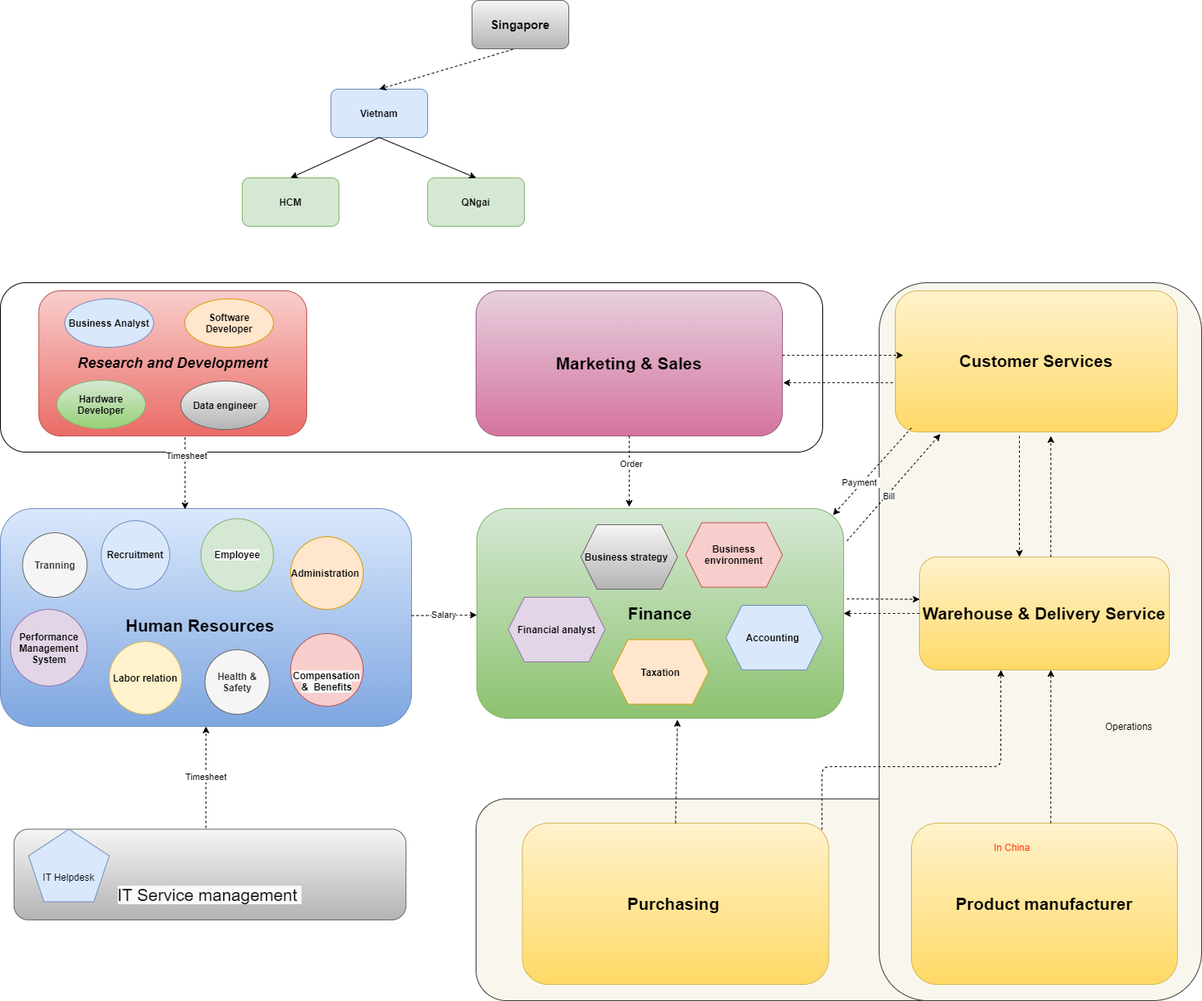
The draw.io diagram 03_staff/01_image/Department_Organizational_chart-Org_Chart.png in letrthong/business, before a commit. Source tidied: cells renumbered, new cells last; positions are measured from the earlier drawing's top-left corner, leaving out a move shared by most shapes.
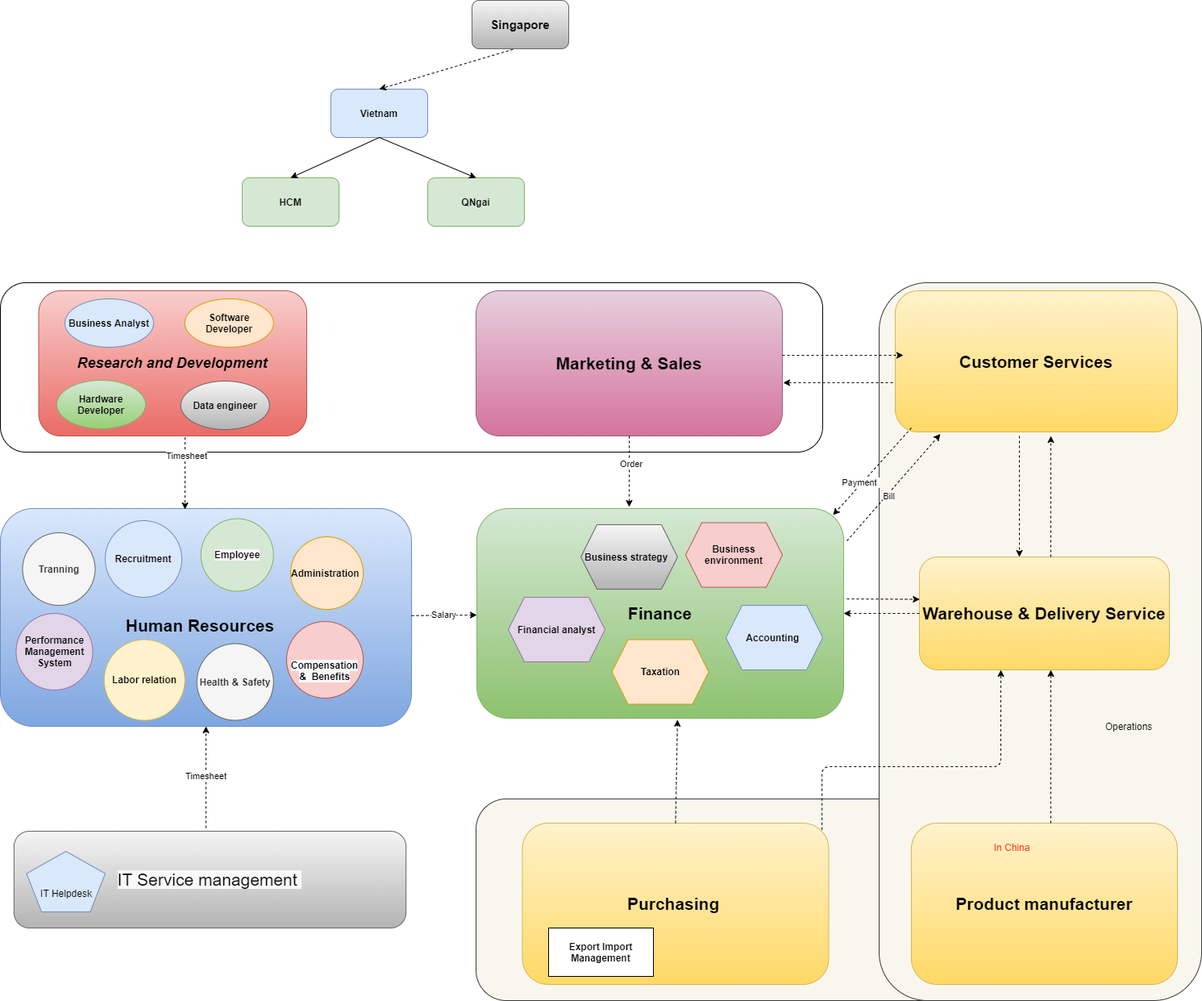
After the commit.

What changed in the source:
```diff
@@ -23,8 +23,8 @@
     <mxCell id="8" value="&lt;span&gt;&lt;font style=&quot;font-size: 21px&quot;&gt;&lt;b&gt;Customer Services&lt;/b&gt;&lt;/font&gt;&lt;/span&gt;" style="rounded=1;whiteSpace=wrap;html=1;gradientColor=#ffd966;fillColor=#fff2cc;strokeColor=#d6b656;arcSize=16;" parent="1" vertex="1">
       <mxGeometry x="1110" y="360" width="350" height="175" as="geometry" />
     </mxCell>
-    <mxCell id="9" value="&lt;font style=&quot;font-size: 21px&quot;&gt;&lt;br&gt;&lt;br&gt;&lt;span style=&quot;color: rgb(0 , 0 , 0) ; font-family: &amp;#34;helvetica&amp;#34; ; font-style: normal ; font-weight: 400 ; letter-spacing: normal ; text-align: center ; text-indent: 0px ; text-transform: none ; word-spacing: 0px ; background-color: rgb(248 , 249 , 250) ; display: inline ; float: none&quot;&gt;IT Service management&amp;nbsp;&lt;/span&gt;&lt;br&gt;&lt;/font&gt;" style="rounded=1;whiteSpace=wrap;html=1;gradientColor=#b3b3b3;fillColor=#f5f5f5;strokeColor=#666666;arcSize=16;" parent="1" vertex="1">
-      <mxGeometry x="16.9" y="1027.5" width="486.2" height="112.5" as="geometry" />
+    <mxCell id="9" value="&lt;font style=&quot;font-size: 21px&quot;&gt;&lt;span style=&quot;color: rgb(0 , 0 , 0) ; font-family: &amp;#34;helvetica&amp;#34; ; font-style: normal ; font-weight: 400 ; letter-spacing: normal ; text-align: center ; text-indent: 0px ; text-transform: none ; word-spacing: 0px ; background-color: rgb(248 , 249 , 250) ; display: inline ; float: none&quot;&gt;IT Service management&amp;nbsp;&lt;/span&gt;&lt;br&gt;&lt;/font&gt;" style="rounded=1;whiteSpace=wrap;html=1;gradientColor=#b3b3b3;fillColor=#f5f5f5;strokeColor=#666666;arcSize=16;" parent="1" vertex="1">
+      <mxGeometry x="16.9" y="1030" width="486.2" height="120" as="geometry" />
     </mxCell>
     <mxCell id="10" value="&lt;span&gt;&lt;font style=&quot;font-size: 21px&quot;&gt;&lt;b&gt;Marketing &amp;amp; Sales&lt;/b&gt;&lt;/font&gt;&lt;/span&gt;" style="rounded=1;whiteSpace=wrap;html=1;gradientColor=#d5739d;fillColor=#e6d0de;strokeColor=#996185;arcSize=16;" parent="1" vertex="1">
       <mxGeometry x="590" y="360" width="380" height="180" as="geometry" />
@@ -54,28 +54,28 @@
       <mxGeometry relative="1" as="geometry" />
     </mxCell>
     <mxCell id="19" value="&lt;span&gt;&lt;b&gt;Tranning&lt;/b&gt;&lt;/span&gt;" style="ellipse;whiteSpace=wrap;html=1;fillColor=#f5f5f5;strokeColor=#666666;fontColor=#333333;" parent="1" vertex="1">
-      <mxGeometry x="27.5" y="660" width="80" height="80" as="geometry" />
+      <mxGeometry x="27.5" y="660" width="90" height="90" as="geometry" />
     </mxCell>
     <mxCell id="20" value="&lt;span&gt;&lt;b&gt;Recruitment&lt;/b&gt;&lt;/span&gt;" style="ellipse;whiteSpace=wrap;html=1;fillColor=#dae8fc;strokeColor=#6c8ebf;" parent="1" vertex="1">
-      <mxGeometry x="125" y="645" width="85" height="85" as="geometry" />
+      <mxGeometry x="130" y="645" width="95" height="95" as="geometry" />
     </mxCell>
     <mxCell id="21" value="&lt;b&gt;&lt;span style=&quot;color: rgb(0 , 0 , 0) ; font-family: &amp;#34;helvetica&amp;#34; ; font-size: 12px ; font-style: normal ; letter-spacing: normal ; text-align: center ; text-indent: 0px ; text-transform: none ; word-spacing: 0px ; background-color: rgb(248 , 249 , 250) ; display: inline ; float: none&quot;&gt;Employee&lt;/span&gt;&lt;br&gt;&lt;/b&gt;" style="ellipse;whiteSpace=wrap;html=1;fillColor=#d5e8d4;strokeColor=#82b366;" parent="1" vertex="1">
       <mxGeometry x="248.8" y="642.5" width="90" height="90" as="geometry" />
     </mxCell>
     <mxCell id="22" value="&lt;b&gt;Health &amp;amp; Safety&lt;/b&gt;" style="ellipse;whiteSpace=wrap;html=1;fillColor=#f5f5f5;strokeColor=#666666;fontColor=#333333;" parent="1" vertex="1">
-      <mxGeometry x="253.8" y="805" width="80" height="80" as="geometry" />
+      <mxGeometry x="243.8" y="797.5" width="95" height="95" as="geometry" />
     </mxCell>
     <mxCell id="23" value="&lt;b&gt;Performance Management System&lt;/b&gt;" style="ellipse;whiteSpace=wrap;html=1;fillColor=#e1d5e7;strokeColor=#9673a6;" parent="1" vertex="1">
-      <mxGeometry x="12.5" y="755" width="95" height="95" as="geometry" />
+      <mxGeometry x="19.5" y="760" width="95" height="95" as="geometry" />
     </mxCell>
     <mxCell id="24" value="&lt;b&gt;Labor relation&lt;/b&gt;" style="ellipse;whiteSpace=wrap;html=1;fillColor=#fff2cc;strokeColor=#d6b656;" parent="1" vertex="1">
-      <mxGeometry x="135" y="795" width="90" height="90" as="geometry" />
+      <mxGeometry x="128.8" y="792.5" width="100" height="100" as="geometry" />
     </mxCell>
     <mxCell id="25" value="&lt;b&gt;Administration&amp;nbsp;&lt;/b&gt;" style="ellipse;whiteSpace=wrap;html=1;fillColor=#ffe6cc;strokeColor=#d79b00;" parent="1" vertex="1">
       <mxGeometry x="360" y="665" width="90" height="90" as="geometry" />
     </mxCell>
     <mxCell id="26" value="&lt;b&gt;&lt;br&gt;&lt;br&gt;&lt;span style=&quot;color: rgb(0 , 0 , 0) ; font-family: &amp;#34;helvetica&amp;#34; ; font-size: 12px ; font-style: normal ; letter-spacing: normal ; text-align: center ; text-indent: 0px ; text-transform: none ; word-spacing: 0px ; background-color: rgb(248 , 249 , 250) ; display: inline ; float: none&quot;&gt;Compensation &amp;amp;&amp;nbsp; Benefits&lt;/span&gt;&lt;/b&gt;" style="ellipse;whiteSpace=wrap;html=1;fillColor=#f8cecc;strokeColor=#b85450;" parent="1" vertex="1">
-      <mxGeometry x="360" y="785" width="90" height="90" as="geometry" />
+      <mxGeometry x="355" y="770" width="95" height="95" as="geometry" />
     </mxCell>
     <mxCell id="27" value="Salary" style="endArrow=classic;html=1;dashed=1;" parent="1" edge="1" source="13" target="12">
       <mxGeometry relative="1" as="geometry" />
@@ -202,7 +202,7 @@
       <mxGeometry x="70" y="471" width="110" height="60" as="geometry" />
     </mxCell>
     <mxCell id="58" value="&lt;br&gt;&lt;br&gt;&lt;span style=&quot;font-family: &amp;#34;helvetica&amp;#34;&quot;&gt;IT&amp;nbsp;&lt;/span&gt;&lt;span style=&quot;font-family: &amp;#34;helvetica&amp;#34;&quot;&gt;Helpdesk&lt;/span&gt;" style="whiteSpace=wrap;html=1;shape=mxgraph.basic.pentagon;fillColor=#dae8fc;strokeColor=#6c8ebf;" parent="1" vertex="1">
-      <mxGeometry x="35" y="1027.5" width="100" height="90" as="geometry" />
+      <mxGeometry x="32.5" y="1055" width="97.5" height="75" as="geometry" />
     </mxCell>
     <mxCell id="59" value="&lt;b&gt;Business strategy&amp;nbsp;&amp;nbsp;&lt;/b&gt;" style="shape=hexagon;perimeter=hexagonPerimeter2;whiteSpace=wrap;html=1;fixedSize=1;fillColor=#f5f5f5;strokeColor=#666666;gradientColor=#b3b3b3;" parent="1" vertex="1">
       <mxGeometry x="720" y="650" width="120" height="80" as="geometry" />
@@ -210,5 +210,8 @@
     <mxCell id="60" value="&lt;b&gt;Data engineer&lt;/b&gt;" style="ellipse;whiteSpace=wrap;html=1;fillColor=#f5f5f5;strokeColor=#666666;gradientColor=#b3b3b3;" parent="1" vertex="1">
       <mxGeometry x="223.8" y="472" width="110" height="60" as="geometry" />
     </mxCell>
+    <mxCell id="61" value="&lt;b&gt;&lt;font style=&quot;font-size: 12px&quot;&gt;Export Import Management&lt;/font&gt;&lt;/b&gt;" style="rounded=0;whiteSpace=wrap;html=1;" parent="1" vertex="1">
+      <mxGeometry x="680" y="1150" width="130" height="60" as="geometry" />
+    </mxCell>
   </root>
 </mxGraphModel>
```
